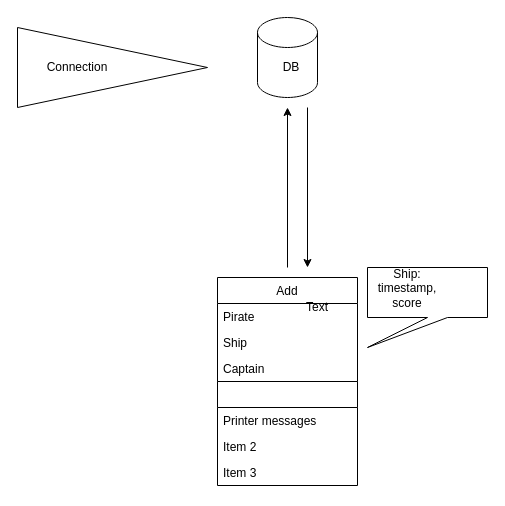
Earlier version of the draw.io diagram db_connect_visual.drawio (katicabogar87/PirateDB). Source tidied: cells renumbered, new cells numbered last; positions are measured from the earlier drawing's top-left corner, leaving out a move shared by most shapes. Both pictures are drawn from the tidied source at 100%, with x=0, y=0 at pixel (17, 17).
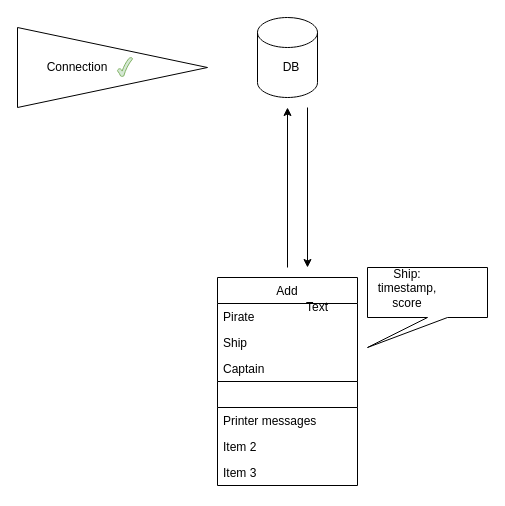
The same diagram, later.

The edit, as a diff of the source:
```diff
@@
+    <mxCell id="19" style="verticalLabelPosition=bottom;verticalAlign=top;html=1;shape=mxgraph.basic.tick;fillColor=#d5e8d4;strokeColor=#82b366;" parent="1" vertex="1">
+      <mxGeometry x="100" y="40" width="15" height="19" as="geometry" />
+    </mxCell>
```
